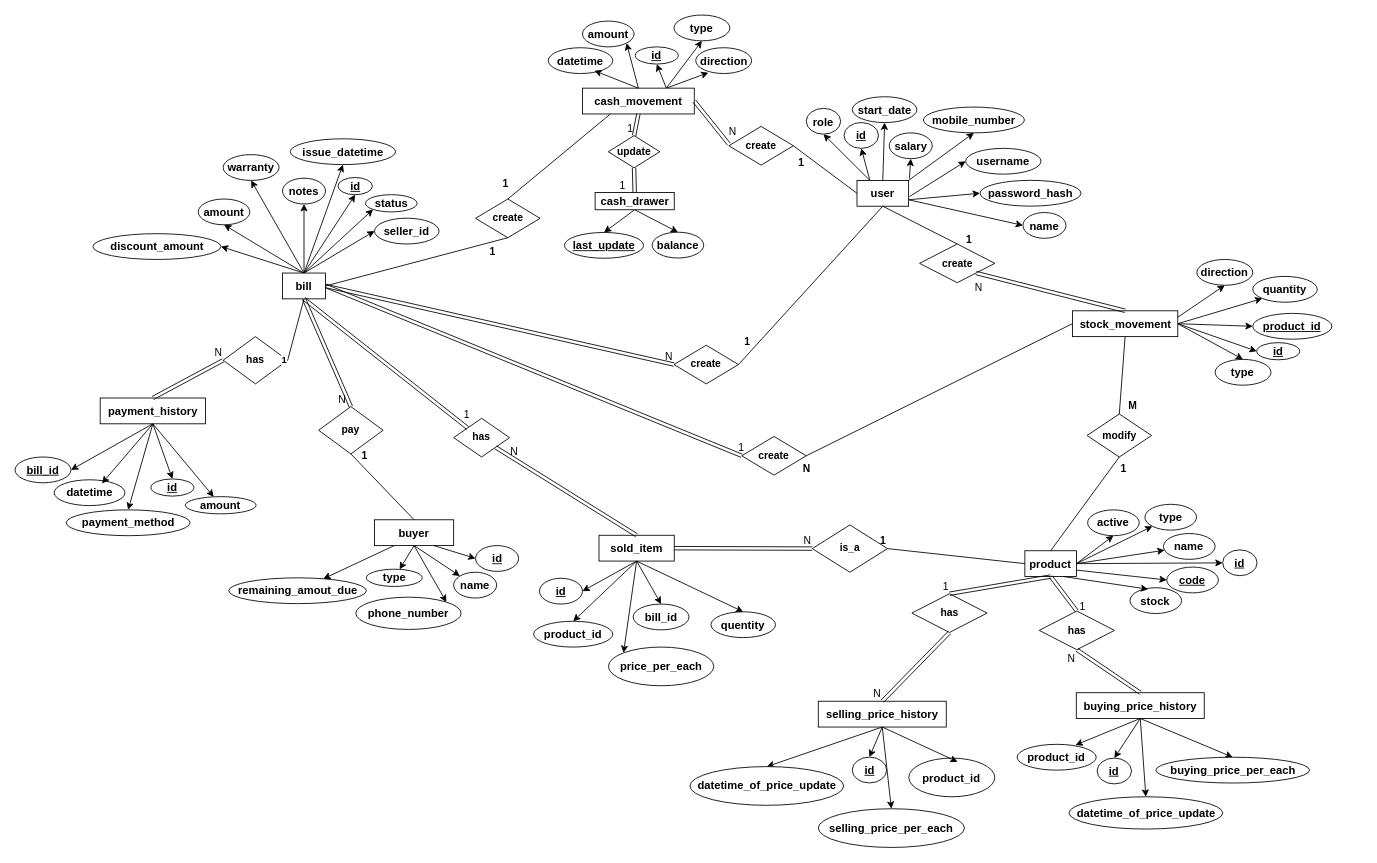
Earlier version of the draw.io diagram Docs/Sendal-ERD.drawio (YAHIA-HASSAN/Sendal-Business-Management-System). Source tidied: cells renumbered, new cells numbered last; positions are measured from the earlier drawing's top-left corner, leaving out a move shared by most shapes. Both pictures are drawn from the tidied source at 86%, with x=0, y=0 at pixel (15, 15).
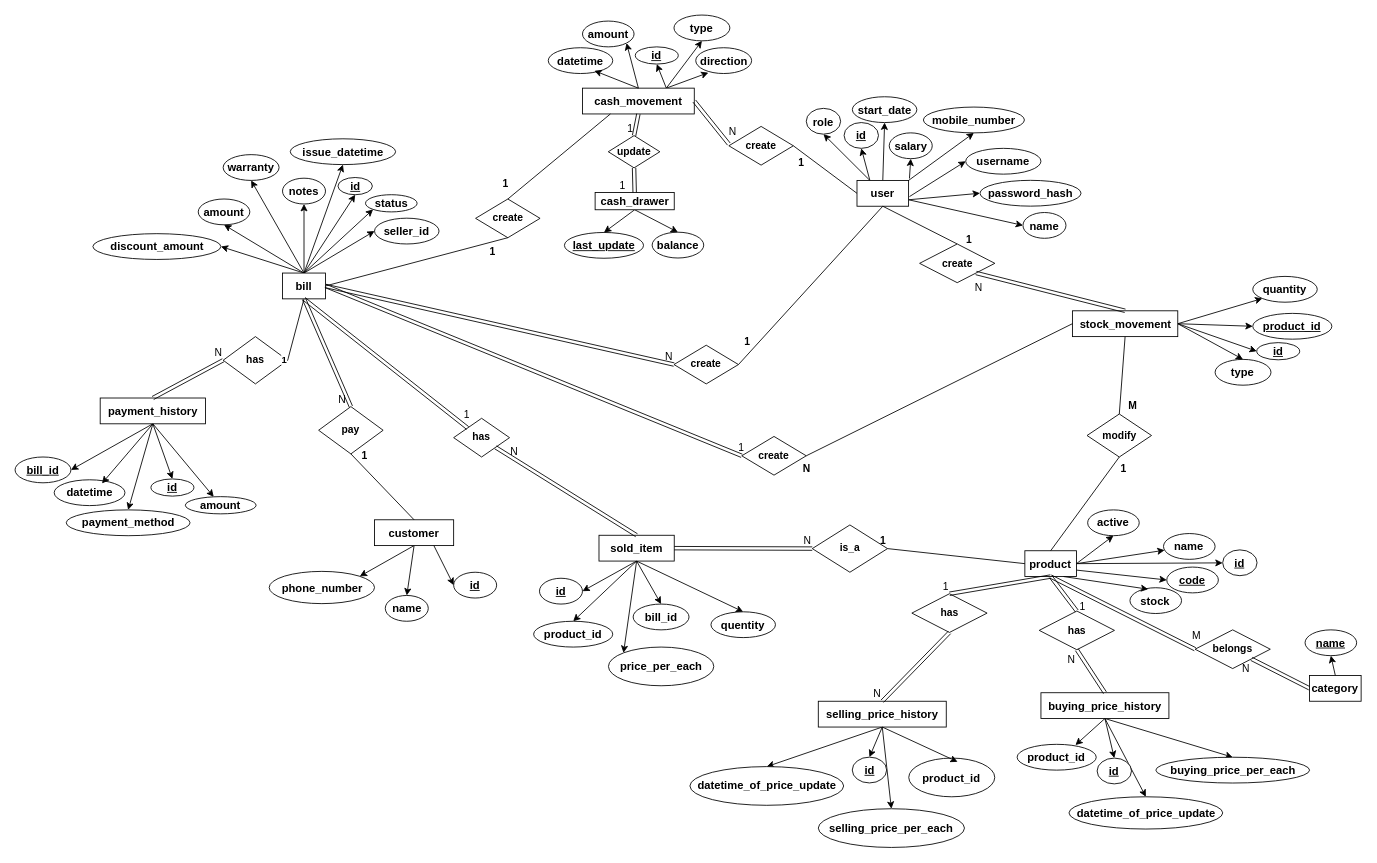
After the change.

The change refers to these unchanged cells:
```xml
<mxCell id="33" value="product" style="whiteSpace=wrap;html=1;align=center;fontSize=13;fontStyle=1;" parent="1" vertex="1">
  <mxGeometry x="1174.2" y="622.9" width="60" height="30" as="geometry" />
</mxCell>
<mxCell id="73" value="stock_movement" style="whiteSpace=wrap;html=1;align=center;fontSize=13;fontStyle=1;" parent="1" vertex="1">
  <mxGeometry x="1229.5" y="343.9" width="122.5" height="30" as="geometry" />
</mxCell>
```

Change to the diagram source:
```diff
@@
-    <mxCell id="30" style="rounded=0;jettySize=auto;html=1;fontSize=13;fontStyle=1;exitX=1;exitY=0.5;exitDx=0;exitDy=0;" parent="1" edge="1" source="33" target="37">
-      <mxGeometry relative="1" as="geometry" />
-    </mxCell>
@@
-    <mxCell id="37" value="type" style="ellipse;whiteSpace=wrap;html=1;align=center;fontSize=13;fontStyle=1;" parent="1" vertex="1">
-      <mxGeometry x="1313.8" y="568.9" width="60" height="30" as="geometry" />
-    </mxCell>
@@
     <mxCell id="48" value="buying_price_history" style="whiteSpace=wrap;html=1;align=center;fontSize=13;fontStyle=1;" parent="1" vertex="1">
-      <mxGeometry x="1234" y="788" width="148.8" height="30" as="geometry" />
+      <mxGeometry x="1192.9" y="788" width="148.8" height="30" as="geometry" />
     </mxCell>
@@
-    <mxCell id="71" style="rounded=0;jettySize=auto;html=1;exitX=1;exitY=0.25;exitDx=0;exitDy=0;entryX=0.5;entryY=1;entryDx=0;entryDy=0;defaultLabelBackgroundColor=page;fontStyle=1;" parent="1" edge="1" source="73" target="140">
-      <mxGeometry relative="1" as="geometry" />
-    </mxCell>
@@
-    <mxCell id="103" style="rounded=0;jettySize=auto;html=1;exitX=0.5;exitY=1;exitDx=0;exitDy=0;entryX=0;entryY=0;entryDx=0;entryDy=0;fontSize=13;fontStyle=1;" parent="1" edge="1" source="107" target="108">
+    <mxCell id="103" style="rounded=0;jettySize=auto;html=1;exitX=0.5;exitY=1;exitDx=0;exitDy=0;entryX=0.5;entryY=0;entryDx=0;entryDy=0;fontSize=13;fontStyle=1;" parent="1" edge="1" source="107" target="108">
       <mxGeometry relative="1" as="geometry" />
     </mxCell>
@@
-    <mxCell id="105" style="rounded=0;jettySize=auto;html=1;exitX=0.5;exitY=1;exitDx=0;exitDy=0;fontSize=13;fontStyle=1;" parent="1" edge="1" source="107" target="111">
-      <mxGeometry relative="1" as="geometry" />
-    </mxCell>
-    <mxCell id="106" style="rounded=0;jettySize=auto;html=1;exitX=0.25;exitY=1;exitDx=0;exitDy=0;defaultLabelBackgroundColor=page;fontStyle=1;" parent="1" edge="1" source="107" target="134">
-      <mxGeometry relative="1" as="geometry" />
-    </mxCell>
-    <mxCell id="107" value="buyer" style="whiteSpace=wrap;html=1;align=center;fontSize=13;fontStyle=1;" parent="1" vertex="1">
+    <mxCell id="107" value="customer" style="whiteSpace=wrap;html=1;align=center;fontSize=13;fontStyle=1;" parent="1" vertex="1">
       <mxGeometry x="418" y="586.9" width="92" height="30" as="geometry" />
     </mxCell>
     <mxCell id="108" value="name" style="ellipse;whiteSpace=wrap;html=1;align=center;fontSize=13;fontStyle=1;" parent="1" vertex="1">
-      <mxGeometry x="510" y="647.9" width="50" height="30" as="geometry" />
+      <mxGeometry x="430.5" y="674.9" width="50" height="30" as="geometry" />
     </mxCell>
     <mxCell id="109" value="id" style="ellipse;whiteSpace=wrap;html=1;align=center;fontStyle=5;fontSize=13;" parent="1" vertex="1">
-      <mxGeometry x="535.5" y="616.9" width="50" height="30" as="geometry" />
+      <mxGeometry x="510" y="647.9" width="50" height="30" as="geometry" />
     </mxCell>
     <mxCell id="110" value="phone_number" style="ellipse;whiteSpace=wrap;html=1;align=center;fontSize=13;fontStyle=1;" parent="1" vertex="1">
-      <mxGeometry x="396.2" y="676.9" width="122.5" height="37.5" as="geometry" />
+      <mxGeometry x="295.5" y="646.9" width="122.5" height="37.5" as="geometry" />
     </mxCell>
-    <mxCell id="111" value="type" style="ellipse;whiteSpace=wrap;html=1;align=center;fontSize=13;fontStyle=1;" parent="1" vertex="1">
-      <mxGeometry x="408.5" y="644.4" width="65" height="20" as="geometry" />
-    </mxCell>
@@
-    <mxCell id="134" value="remaining_amout_due" style="ellipse;whiteSpace=wrap;html=1;align=center;fontSize=13;fontStyle=1;" parent="1" vertex="1">
-      <mxGeometry x="248.5" y="654.4" width="160" height="30" as="geometry" />
-    </mxCell>
@@
-    <mxCell id="140" value="direction" style="ellipse;whiteSpace=wrap;html=1;align=center;fontSize=13;fontStyle=1;" parent="1" vertex="1">
-      <mxGeometry x="1374.2" y="284.2" width="65" height="30" as="geometry" />
-    </mxCell>
@@
+    <mxCell id="193" value="belongs" style="shape=rhombus;perimeter=rhombusPerimeter;whiteSpace=wrap;html=1;align=center;fontStyle=1;" parent="1" vertex="1">
+      <mxGeometry x="1372.1" y="714.9" width="87.5" height="45" as="geometry" />
+    </mxCell>
+    <mxCell id="194" style="shape=link;html=1;rounded=0;defaultLabelBackgroundColor=page;exitX=0.5;exitY=1;exitDx=0;exitDy=0;entryX=0;entryY=0.5;entryDx=0;entryDy=0;" parent="1" edge="1" source="33" target="193">
+      <mxGeometry relative="1" as="geometry" />
+    </mxCell>
+    <mxCell id="195" value="M" style="html=1;whiteSpace=wrap;align=right;verticalAlign=bottom;" parent="194" vertex="1">
+      <mxGeometry x="1" relative="1" as="geometry">
+        <mxPoint x="8" y="-7" as="offset" />
+      </mxGeometry>
+    </mxCell>
+    <mxCell id="196" style="shape=link;html=1;rounded=0;defaultLabelBackgroundColor=page;entryX=1;entryY=1;entryDx=0;entryDy=0;exitX=0;exitY=0.5;exitDx=0;exitDy=0;" parent="1" edge="1" source="198" target="193">
+      <mxGeometry relative="1" as="geometry" />
+    </mxCell>
+    <mxCell id="197" value="N" style="html=1;whiteSpace=wrap;align=right;verticalAlign=bottom;" parent="196" vertex="1">
+      <mxGeometry x="0.99" relative="1" as="geometry">
+        <mxPoint x="-1" y="19" as="offset" />
+      </mxGeometry>
+    </mxCell>
+    <mxCell id="198" value="category" style="whiteSpace=wrap;html=1;align=center;fontSize=13;fontStyle=1;" parent="1" vertex="1">
+      <mxGeometry x="1505.2" y="767.9" width="60" height="30" as="geometry" />
+    </mxCell>
+    <mxCell id="199" value="name" style="ellipse;whiteSpace=wrap;html=1;align=center;fontSize=13;fontStyle=5;" parent="1" vertex="1">
+      <mxGeometry x="1500" y="714.9" width="60" height="30" as="geometry" />
+    </mxCell>
+    <mxCell id="200" style="rounded=0;jettySize=auto;html=1;fontSize=13;fontStyle=1;entryX=0.5;entryY=1;entryDx=0;entryDy=0;exitX=0.5;exitY=0;exitDx=0;exitDy=0;" parent="1" edge="1" source="198" target="199">
+      <mxGeometry relative="1" as="geometry" />
+    </mxCell>
```
